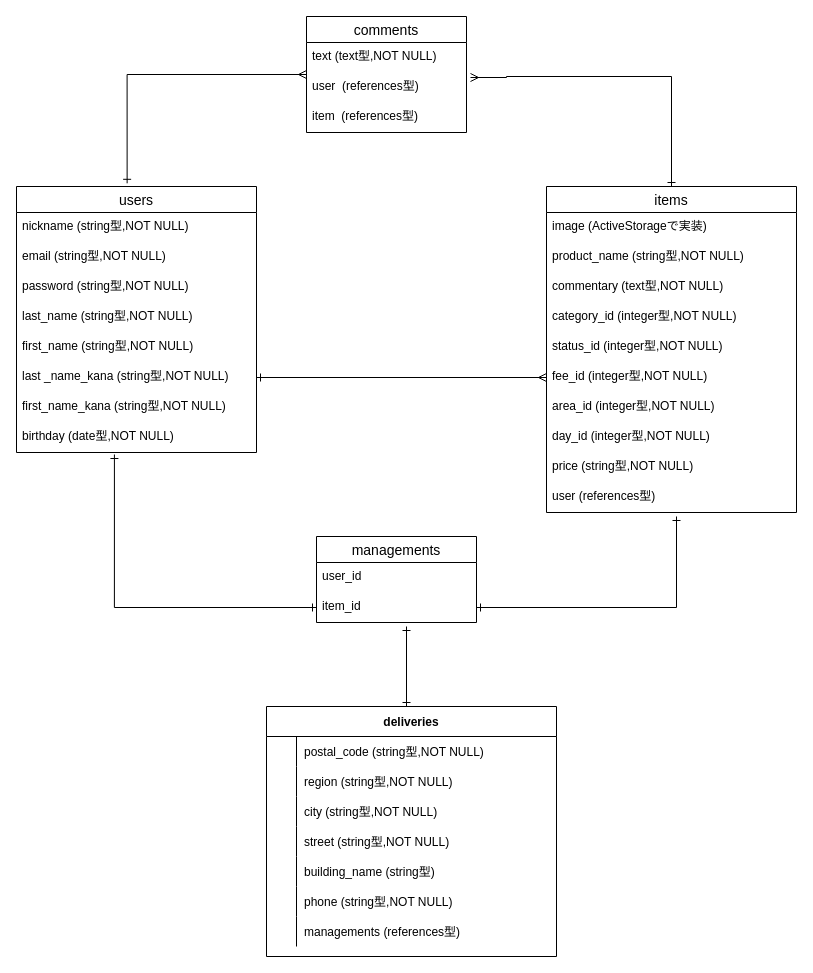
The draw.io diagram furima.dio in watayuuu/furima-32319, before the edit. Source tidied: cells renumbered, new cells numbered last; positions are measured from the earlier drawing's top-left corner, leaving out a move shared by most shapes. Both pictures are drawn from the tidied source at 100%, with x=0, y=0 at pixel (16, 16).
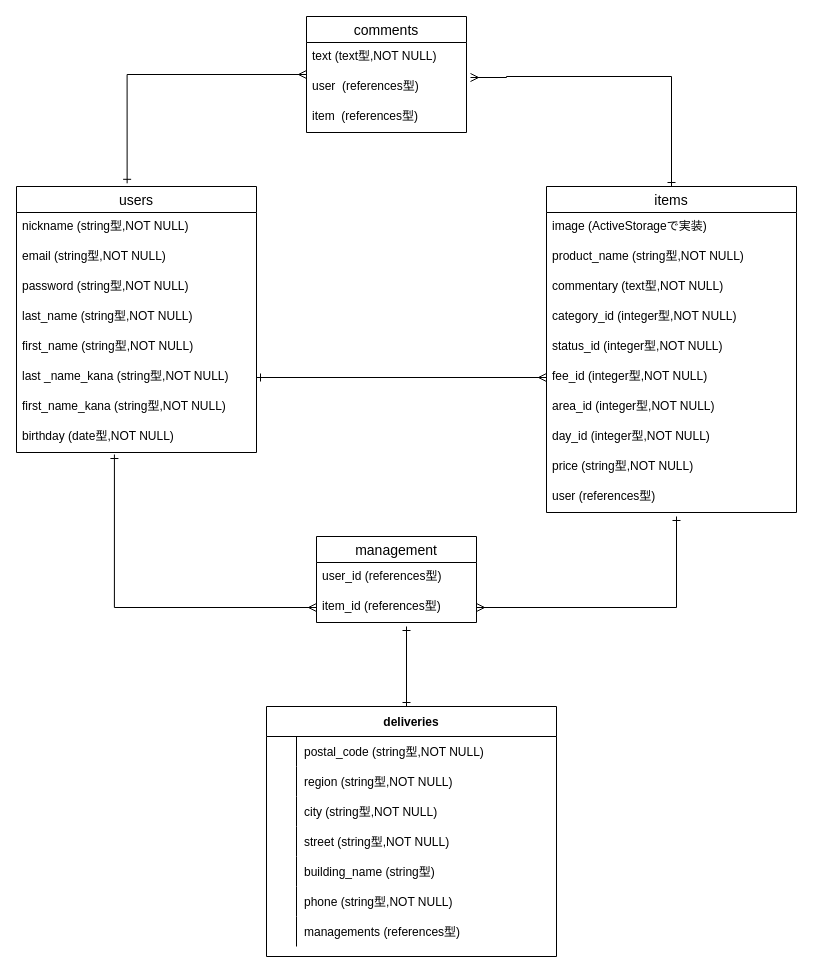
Above is the later version.

Commit message (it also covers changes not shown here):
データベースの設計の修正３

Unchanged cells that the change refers to:
```xml
<mxCell id="10" value="birthday (date型,NOT NULL)" style="text;strokeColor=none;fillColor=none;spacingLeft=4;spacingRight=4;overflow=hidden;points=[[0,0.5],[1,0.5]];portConstraint=eastwest;fontSize=12;" parent="2" vertex="1">
  <mxGeometry y="236" width="240" height="30" as="geometry" />
</mxCell>
<mxCell id="22" value="user (references型)" style="text;strokeColor=none;fillColor=none;spacingLeft=4;spacingRight=4;overflow=hidden;points=[[0,0.5],[1,0.5]];portConstraint=eastwest;fontSize=12;" parent="12" vertex="1">
  <mxGeometry y="296" width="250" height="30" as="geometry" />
</mxCell>
```

Change to the diagram source:
```diff
@@
-    <mxCell id="51" value="managements" style="swimlane;fontStyle=0;horizontal=1;startSize=26;align=center;fontSize=14;" parent="1" vertex="1">
+    <mxCell id="51" value="management" style="swimlane;fontStyle=0;horizontal=1;startSize=26;align=center;fontSize=14;" parent="1" vertex="1">
       <mxGeometry x="300" y="520" width="160" height="86" as="geometry" />
     </mxCell>
-    <mxCell id="52" value="user_id" style="text;strokeColor=none;fillColor=none;spacingLeft=4;spacingRight=4;overflow=hidden;fontSize=12;" parent="51" vertex="1">
+    <mxCell id="52" value="user_id (references型)" style="text;strokeColor=none;fillColor=none;spacingLeft=4;spacingRight=4;overflow=hidden;fontSize=12;" parent="51" vertex="1">
       <mxGeometry y="26" width="160" height="30" as="geometry" />
     </mxCell>
-    <mxCell id="53" value="item_id" style="text;strokeColor=none;fillColor=none;spacingLeft=4;spacingRight=4;overflow=hidden;points=[[0,0.5],[1,0.5]];portConstraint=eastwest;fontSize=12;" parent="51" vertex="1">
+    <mxCell id="53" value="item_id (references型)" style="text;strokeColor=none;fillColor=none;spacingLeft=4;spacingRight=4;overflow=hidden;points=[[0,0.5],[1,0.5]];portConstraint=eastwest;fontSize=12;" parent="51" vertex="1">
       <mxGeometry y="56" width="160" height="30" as="geometry" />
     </mxCell>
-    <mxCell id="54" style="edgeStyle=orthogonalEdgeStyle;rounded=0;jettySize=auto;html=1;exitX=0;exitY=0.5;exitDx=0;exitDy=0;entryX=0.408;entryY=1.067;entryDx=0;entryDy=0;entryPerimeter=0;startArrow=ERone;startFill=0;endArrow=ERone;endFill=0;" parent="1" edge="1" source="53" target="10">
+    <mxCell id="54" style="edgeStyle=orthogonalEdgeStyle;rounded=0;jettySize=auto;html=1;exitX=0;exitY=0.5;exitDx=0;exitDy=0;entryX=0.408;entryY=1.067;entryDx=0;entryDy=0;entryPerimeter=0;startArrow=ERmany;startFill=0;endArrow=ERone;endFill=0;" parent="1" edge="1" source="53" target="10">
       <mxGeometry relative="1" as="geometry">
         <Array as="points">
           <mxPoint x="98" y="591" />
         </Array>
       </mxGeometry>
     </mxCell>
-    <mxCell id="55" style="edgeStyle=orthogonalEdgeStyle;rounded=0;jettySize=auto;html=1;endArrow=ERone;endFill=0;startArrow=ERone;startFill=0;entryX=0.52;entryY=1.133;entryDx=0;entryDy=0;entryPerimeter=0;" parent="1" edge="1" source="53" target="22">
+    <mxCell id="55" style="edgeStyle=orthogonalEdgeStyle;rounded=0;jettySize=auto;html=1;endArrow=ERone;endFill=0;startArrow=ERmany;startFill=0;entryX=0.52;entryY=1.133;entryDx=0;entryDy=0;entryPerimeter=0;" parent="1" edge="1" source="53" target="22">
       <mxGeometry relative="1" as="geometry">
         <Array as="points">
           <mxPoint x="660" y="591" />
         </Array>
       </mxGeometry>
     </mxCell>
```
